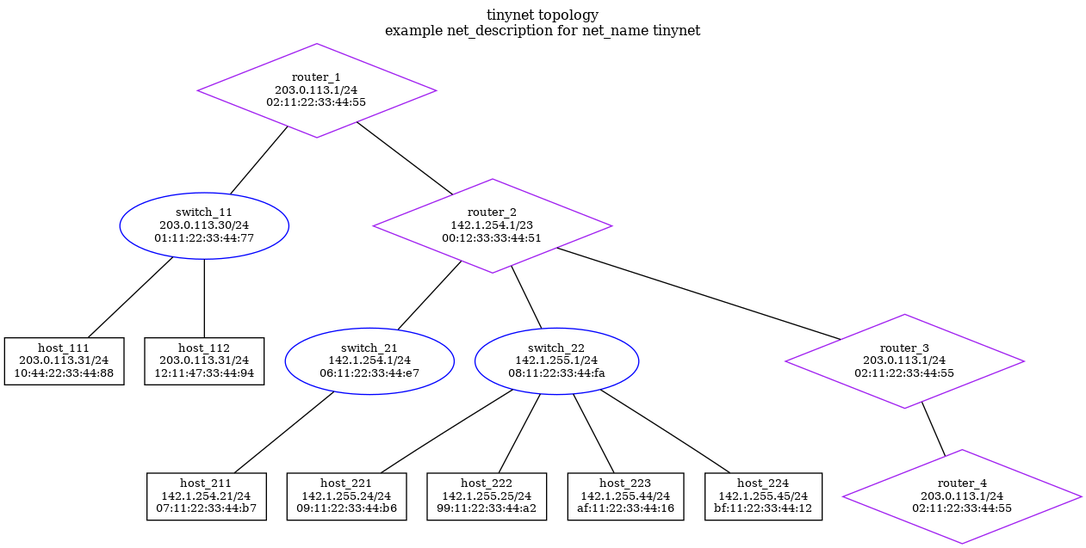
zpnst/tinynet keeps this Graphviz diagram as conf/image/net.png. Above is the earlier version. Its source is kept beside it as conf/data/net.dot.
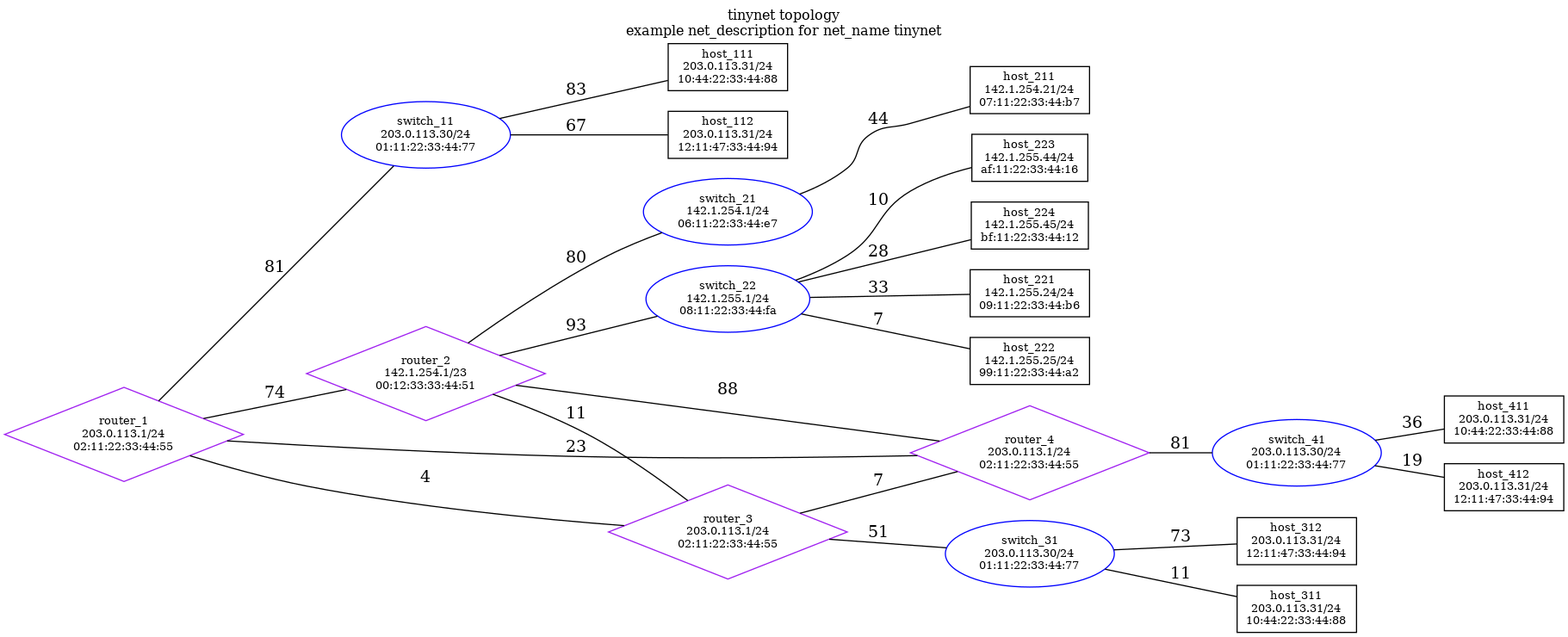
Above is the later version.

What changed in the source:
```diff
@@ -1,4 +1,7 @@
 graph tinynet {
+    splines=true;
+    overlap=false;
+    rankdir=LR;
     label="tinynet topology\nexample net_description for net_name tinynet";
     labelloc=top;
     fontsize=12;
@@ -6,28 +9,43 @@
     "router_1" [shape=diamond, label="router_1\n203.0.113.1/24\n02:11:22:33:44:55", color=purple];
     "switch_11" [shape=ellipse, label="switch_11\n203.0.113.30/24\n01:11:22:33:44:77", color=blue];
     "host_111" [shape=box, label="host_111\n203.0.113.31/24\n10:44:22:33:44:88", color=black];
-    "switch_11" -- "host_111";
     "host_112" [shape=box, label="host_112\n203.0.113.31/24\n12:11:47:33:44:94", color=black];
-    "switch_11" -- "host_112";
-    "router_1" -- "switch_11";
     "router_2" [shape=diamond, label="router_2\n142.1.254.1/23\n00:12:33:33:44:51", color=purple];
     "switch_21" [shape=ellipse, label="switch_21\n142.1.254.1/24\n06:11:22:33:44:e7", color=blue];
     "host_211" [shape=box, label="host_211\n142.1.254.21/24\n07:11:22:33:44:b7", color=black];
-    "switch_21" -- "host_211";
-    "router_2" -- "switch_21";
     "switch_22" [shape=ellipse, label="switch_22\n142.1.255.1/24\n08:11:22:33:44:fa", color=blue];
     "host_221" [shape=box, label="host_221\n142.1.255.24/24\n09:11:22:33:44:b6", color=black];
-    "switch_22" -- "host_221";
     "host_222" [shape=box, label="host_222\n142.1.255.25/24\n99:11:22:33:44:a2", color=black];
-    "switch_22" -- "host_222";
     "host_223" [shape=box, label="host_223\n142.1.255.44/24\naf:11:22:33:44:16", color=black];
-    "switch_22" -- "host_223";
     "host_224" [shape=box, label="host_224\n142.1.255.45/24\nbf:11:22:33:44:12", color=black];
-    "switch_22" -- "host_224";
-    "router_2" -- "switch_22";
-    "router_1" -- "router_2";
     "router_3" [shape=diamond, label="router_3\n203.0.113.1/24\n02:11:22:33:44:55", color=purple];
-    "router_2" -- "router_3";
+    "switch_31" [shape=ellipse, label="switch_31\n203.0.113.30/24\n01:11:22:33:44:77", color=blue];
+    "host_311" [shape=box, label="host_311\n203.0.113.31/24\n10:44:22:33:44:88", color=black];
+    "host_312" [shape=box, label="host_312\n203.0.113.31/24\n12:11:47:33:44:94", color=black];
     "router_4" [shape=diamond, label="router_4\n203.0.113.1/24\n02:11:22:33:44:55", color=purple];
-    "router_3" -- "router_4";
+    "switch_41" [shape=ellipse, label="switch_41\n203.0.113.30/24\n01:11:22:33:44:77", color=blue];
+    "host_411" [shape=box, label="host_411\n203.0.113.31/24\n10:44:22:33:44:88", color=black];
+    "host_412" [shape=box, label="host_412\n203.0.113.31/24\n12:11:47:33:44:94", color=black];
+    "router_1" -- "switch_11" [label="82"];
+    "switch_11" -- "host_111" [label="23"];
+    "switch_11" -- "host_112" [label="17"];
+    "router_2" -- "switch_21" [label="83"];
+    "switch_21" -- "host_211" [label="87"];
+    "router_2" -- "switch_22" [label="98"];
+    "switch_22" -- "host_221" [label="77"];
+    "switch_22" -- "host_222" [label="31"];
+    "switch_22" -- "host_223" [label="99"];
+    "switch_22" -- "host_224" [label="51"];
+    "router_3" -- "switch_31" [label="87"];
+    "switch_31" -- "host_311" [label="51"];
+    "switch_31" -- "host_312" [label="14"];
+    "router_4" -- "switch_41" [label="54"];
+    "switch_41" -- "host_411" [label="39"];
+    "switch_41" -- "host_412" [label="7"];
+    "router_1" -- "router_2" [label="68"];
+    "router_1" -- "router_3" [label="36"];
+    "router_1" -- "router_4" [label="22"];
+    "router_2" -- "router_3" [label="78"];
+    "router_2" -- "router_4" [label="66"];
+    "router_3" -- "router_4" [label="31"];
 }
```
